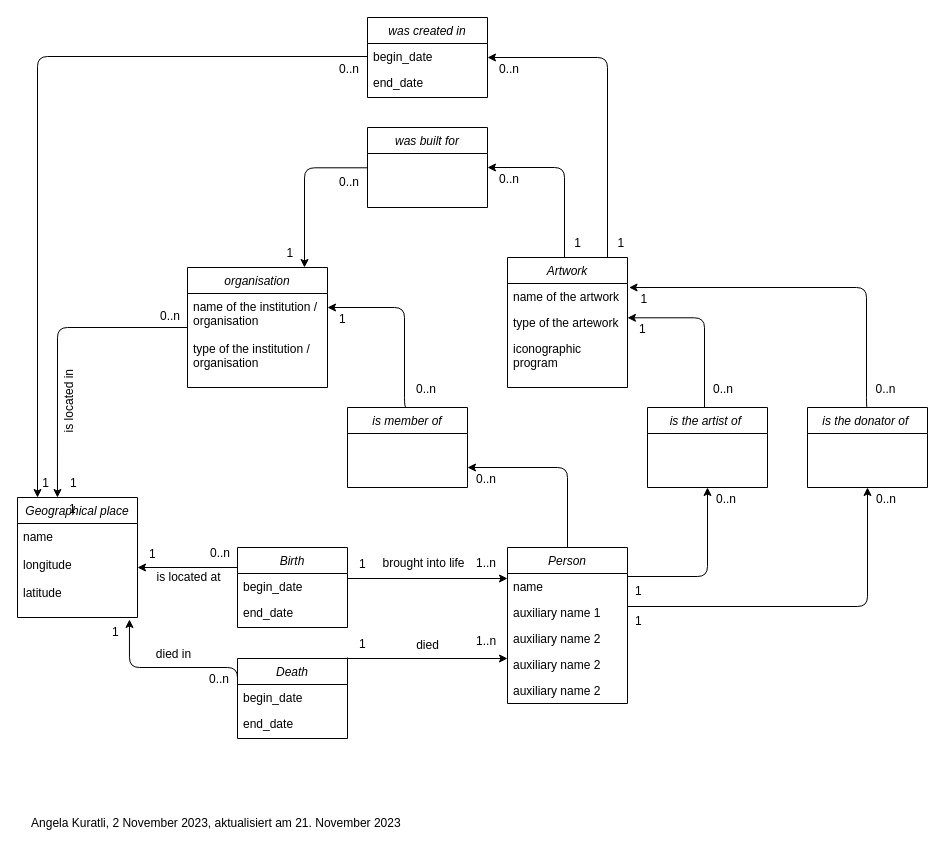
This is MCD_to_database_medieval_sculptors.drawio from dmkmak/Bildhauer_Mittelalter_repository, a draw.io file, before an edit. Source tidied: cells renumbered, new cells numbered last; positions are measured from the earlier drawing's top-left corner, leaving out a move shared by most shapes. Both pictures are drawn from the tidied source at 100%, with x=0, y=0 at pixel (17, 17).
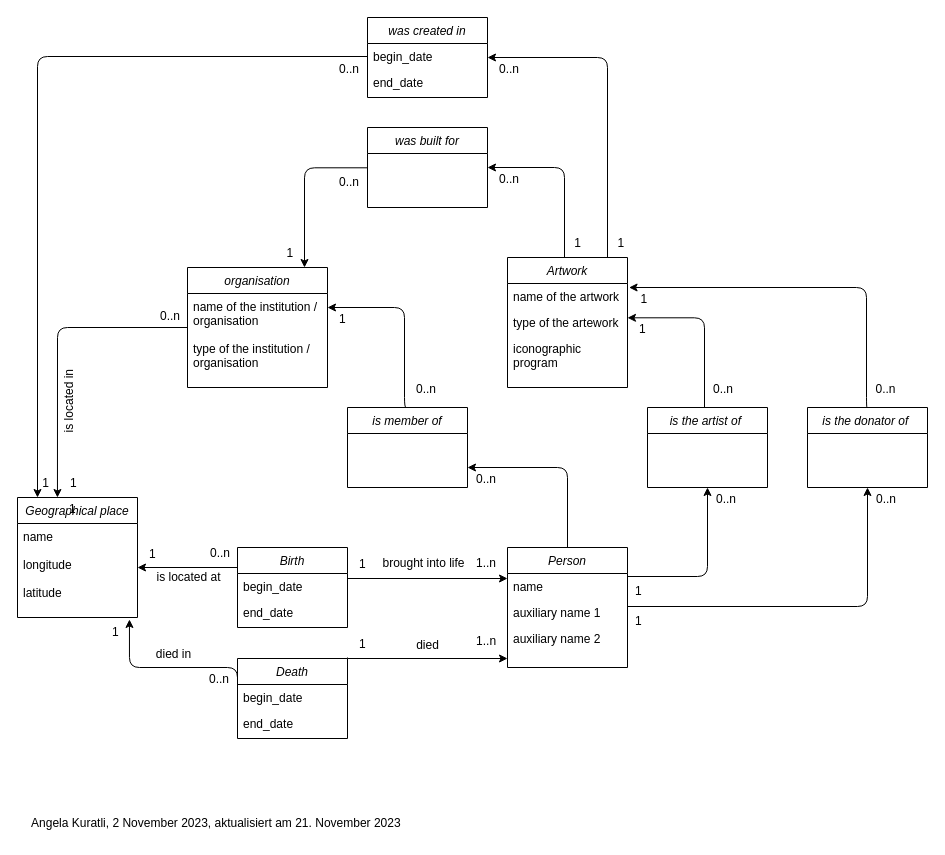
The same diagram, later.

Commit message:
Updated database from VSCode

Change to the diagram source:
```diff
@@
     <mxCell id="6" value="Person" style="swimlane;fontStyle=2;align=center;verticalAlign=top;horizontal=1;startSize=26;rounded=0;shadow=0;strokeWidth=1;" parent="1" vertex="1">
-      <mxGeometry x="490" y="530" width="120" height="156" as="geometry" />
+      <mxGeometry x="490" y="530" width="120" height="120" as="geometry" />
     </mxCell>
@@
-    <mxCell id="10" value="auxiliary name 2" style="text;align=left;verticalAlign=top;spacingLeft=4;spacingRight=4;overflow=hidden;rounded=0;shadow=0;html=0;" parent="6" vertex="1">
-      <mxGeometry y="104" width="120" height="26" as="geometry" />
-    </mxCell>
-    <mxCell id="11" value="auxiliary name 2" style="text;align=left;verticalAlign=top;spacingLeft=4;spacingRight=4;overflow=hidden;rounded=0;shadow=0;html=0;" parent="6" vertex="1">
-      <mxGeometry y="130" width="120" height="26" as="geometry" />
-    </mxCell>
```
